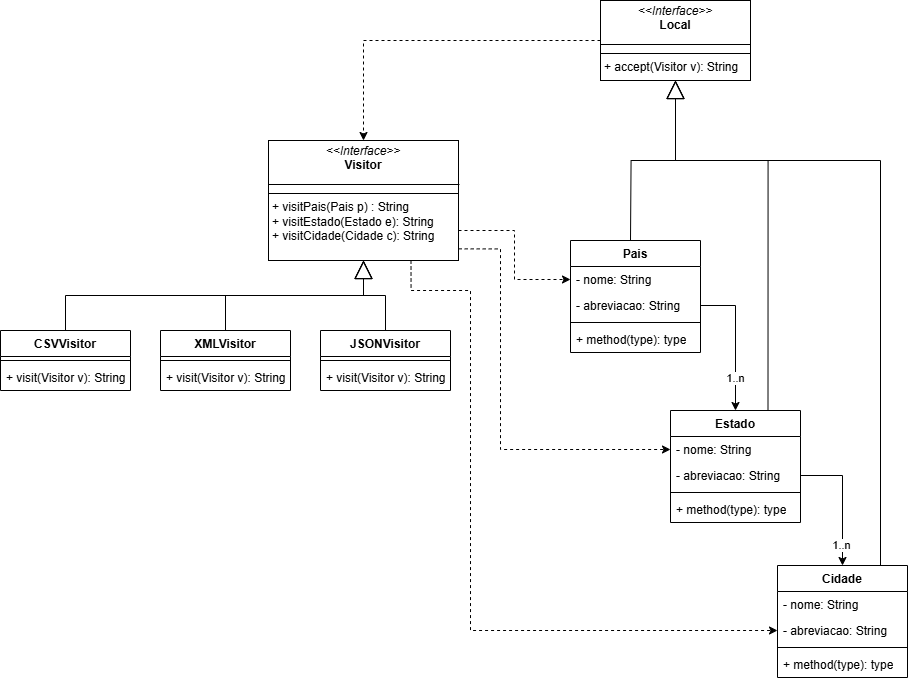
Earlier version of the draw.io export visitor_class_diagram.png (PedroHFSO/Design-Patterns-Practice-Visitor). Source tidied: cells renumbered, new cells last; positions are measured from the earlier drawing's top-left corner, leaving out a move shared by most shapes.
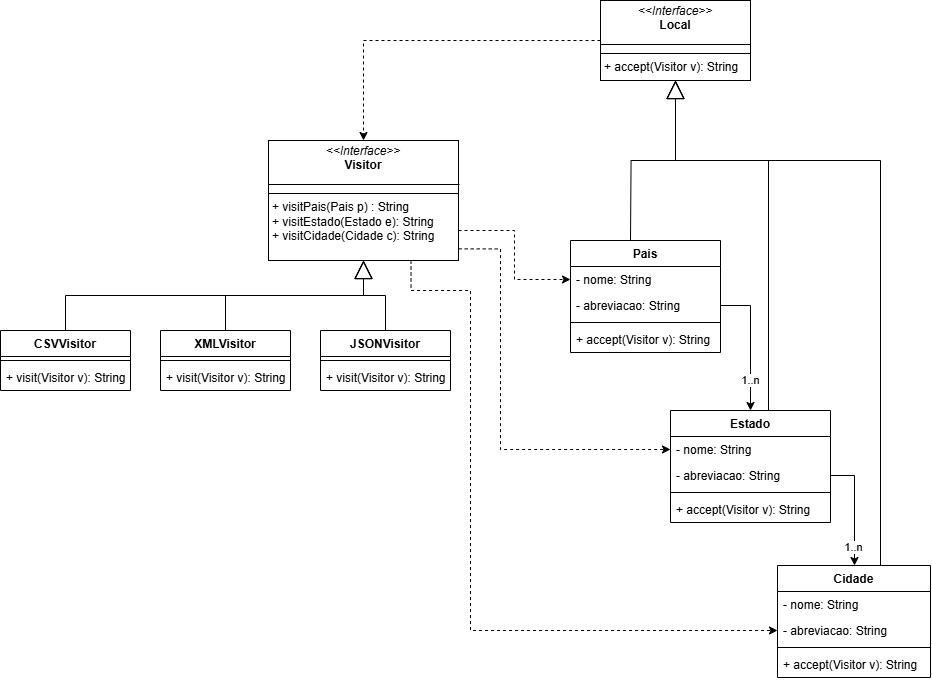
Above is the later version.

Commit message:
fix class diagram

The edit, as a diff of the source:
```diff
@@ -18,19 +18,19 @@
       <mxGeometry x="600" y="40" width="150" height="8" as="geometry" />
     </mxCell>
     <mxCell id="7" value="Pais" style="swimlane;fontStyle=1;align=center;verticalAlign=top;horizontal=1;startSize=26;whiteSpace=wrap;html=1;" parent="1" vertex="1">
-      <mxGeometry x="570" y="240" width="130" height="112" as="geometry" />
+      <mxGeometry x="570" y="240" width="150" height="112" as="geometry" />
     </mxCell>
     <mxCell id="8" value="- nome: String" style="text;strokeColor=none;fillColor=none;align=left;verticalAlign=top;spacingLeft=4;spacingRight=4;overflow=hidden;points=[[0,0.5],[1,0.5]];portConstraint=eastwest;whiteSpace=wrap;html=1;" parent="7" vertex="1">
-      <mxGeometry y="26" width="130" height="26" as="geometry" />
+      <mxGeometry y="26" width="150" height="26" as="geometry" />
     </mxCell>
     <mxCell id="9" value="- abreviacao: String" style="text;strokeColor=none;fillColor=none;align=left;verticalAlign=top;spacingLeft=4;spacingRight=4;overflow=hidden;points=[[0,0.5],[1,0.5]];portConstraint=eastwest;whiteSpace=wrap;html=1;" parent="7" vertex="1">
-      <mxGeometry y="52" width="130" height="26" as="geometry" />
+      <mxGeometry y="52" width="150" height="26" as="geometry" />
     </mxCell>
     <mxCell id="10" style="line;strokeWidth=1;fillColor=none;align=left;verticalAlign=middle;spacingTop=-1;spacingLeft=3;spacingRight=3;labelPosition=right;strokeColor=inherit;" parent="7" vertex="1">
-      <mxGeometry y="78" width="130" height="8" as="geometry" />
+      <mxGeometry y="78" width="150" height="8" as="geometry" />
     </mxCell>
-    <mxCell id="11" value="+ method(type): type" style="text;strokeColor=none;fillColor=none;align=left;verticalAlign=top;spacingLeft=4;spacingRight=4;overflow=hidden;whiteSpace=wrap;html=1;" parent="7" vertex="1">
-      <mxGeometry y="86" width="130" height="26" as="geometry" />
+    <mxCell id="11" value="+ accept(Visitor v): String" style="text;strokeColor=none;fillColor=none;align=left;verticalAlign=top;spacingLeft=4;spacingRight=4;overflow=hidden;whiteSpace=wrap;html=1;" parent="7" vertex="1">
+      <mxGeometry y="86" width="150" height="26" as="geometry" />
     </mxCell>
     <mxCell id="12" style="endArrow=block;endSize=16;endFill=0;html=1;rounded=0;entryX=0.5;entryY=1;entryDx=0;entryDy=0;edgeStyle=orthogonalEdgeStyle;" parent="1" edge="1" target="5">
       <mxGeometry x="0.04" y="-15" relative="1" as="geometry">
@@ -74,34 +74,34 @@
       <mxGeometry x="0.04" y="-15" relative="1" as="geometry" />
     </mxCell>
     <mxCell id="25" value="Estado" style="swimlane;fontStyle=1;align=center;verticalAlign=top;horizontal=1;startSize=26;whiteSpace=wrap;html=1;" parent="1" vertex="1">
-      <mxGeometry x="670" y="410" width="130" height="112" as="geometry" />
+      <mxGeometry x="670" y="410" width="160" height="112" as="geometry" />
     </mxCell>
     <mxCell id="26" value="- nome: String" style="text;strokeColor=none;fillColor=none;align=left;verticalAlign=top;spacingLeft=4;spacingRight=4;overflow=hidden;points=[[0,0.5],[1,0.5]];portConstraint=eastwest;whiteSpace=wrap;html=1;" parent="25" vertex="1">
-      <mxGeometry y="26" width="130" height="26" as="geometry" />
+      <mxGeometry y="26" width="160" height="26" as="geometry" />
     </mxCell>
     <mxCell id="27" value="- abreviacao: String" style="text;strokeColor=none;fillColor=none;align=left;verticalAlign=top;spacingLeft=4;spacingRight=4;overflow=hidden;points=[[0,0.5],[1,0.5]];portConstraint=eastwest;whiteSpace=wrap;html=1;" parent="25" vertex="1">
-      <mxGeometry y="52" width="130" height="26" as="geometry" />
+      <mxGeometry y="52" width="160" height="26" as="geometry" />
     </mxCell>
     <mxCell id="28" style="line;strokeWidth=1;fillColor=none;align=left;verticalAlign=middle;spacingTop=-1;spacingLeft=3;spacingRight=3;labelPosition=right;strokeColor=inherit;" parent="25" vertex="1">
-      <mxGeometry y="78" width="130" height="8" as="geometry" />
+      <mxGeometry y="78" width="160" height="8" as="geometry" />
     </mxCell>
-    <mxCell id="29" value="+ method(type): type" style="text;strokeColor=none;fillColor=none;align=left;verticalAlign=top;spacingLeft=4;spacingRight=4;overflow=hidden;whiteSpace=wrap;html=1;" parent="25" vertex="1">
-      <mxGeometry y="86" width="130" height="26" as="geometry" />
+    <mxCell id="29" value="+ accept(Visitor v): String" style="text;strokeColor=none;fillColor=none;align=left;verticalAlign=top;spacingLeft=4;spacingRight=4;overflow=hidden;whiteSpace=wrap;html=1;" parent="25" vertex="1">
+      <mxGeometry y="86" width="160" height="26" as="geometry" />
     </mxCell>
     <mxCell id="30" value="Cidade" style="swimlane;fontStyle=1;align=center;verticalAlign=top;horizontal=1;startSize=26;whiteSpace=wrap;html=1;" parent="1" vertex="1">
-      <mxGeometry x="777" y="565" width="130" height="112" as="geometry" />
+      <mxGeometry x="777" y="565" width="153" height="112" as="geometry" />
     </mxCell>
     <mxCell id="31" value="- nome: String" style="text;strokeColor=none;fillColor=none;align=left;verticalAlign=top;spacingLeft=4;spacingRight=4;overflow=hidden;whiteSpace=wrap;html=1;" parent="30" vertex="1">
-      <mxGeometry y="26" width="130" height="26" as="geometry" />
+      <mxGeometry y="26" width="153" height="26" as="geometry" />
     </mxCell>
     <mxCell id="32" value="- abreviacao: String" style="text;strokeColor=none;fillColor=none;align=left;verticalAlign=top;spacingLeft=4;spacingRight=4;overflow=hidden;points=[[0,0.5],[1,0.5]];portConstraint=eastwest;whiteSpace=wrap;html=1;" parent="30" vertex="1">
-      <mxGeometry y="52" width="130" height="26" as="geometry" />
+      <mxGeometry y="52" width="153" height="26" as="geometry" />
     </mxCell>
     <mxCell id="33" style="line;strokeWidth=1;fillColor=none;align=left;verticalAlign=middle;spacingTop=-1;spacingLeft=3;spacingRight=3;labelPosition=right;strokeColor=inherit;" parent="30" vertex="1">
-      <mxGeometry y="78" width="130" height="8" as="geometry" />
+      <mxGeometry y="78" width="153" height="8" as="geometry" />
     </mxCell>
-    <mxCell id="34" value="+ method(type): type" style="text;strokeColor=none;fillColor=none;align=left;verticalAlign=top;spacingLeft=4;spacingRight=4;overflow=hidden;whiteSpace=wrap;html=1;" parent="30" vertex="1">
-      <mxGeometry y="86" width="130" height="26" as="geometry" />
+    <mxCell id="34" value="+ accept(Visitor v): String" style="text;strokeColor=none;fillColor=none;align=left;verticalAlign=top;spacingLeft=4;spacingRight=4;overflow=hidden;whiteSpace=wrap;html=1;" parent="30" vertex="1">
+      <mxGeometry y="86" width="153" height="26" as="geometry" />
     </mxCell>
     <mxCell id="35" style="edgeStyle=orthogonalEdgeStyle;rounded=0;jettySize=auto;html=1;exitX=1;exitY=0.5;exitDx=0;exitDy=0;entryX=0.5;entryY=0;entryDx=0;entryDy=0;" parent="1" edge="1" source="9" target="25">
       <mxGeometry relative="1" as="geometry" />
@@ -110,7 +110,12 @@
       <mxGeometry x="0.54" y="-1" relative="1" as="geometry" />
     </mxCell>
     <mxCell id="37" style="edgeStyle=orthogonalEdgeStyle;rounded=0;jettySize=auto;html=1;exitX=1;exitY=0.5;exitDx=0;exitDy=0;entryX=0.5;entryY=0;entryDx=0;entryDy=0;" parent="1" edge="1" source="27" target="30">
-      <mxGeometry relative="1" as="geometry" />
+      <mxGeometry relative="1" as="geometry">
+        <Array as="points">
+          <mxPoint x="854" y="475" />
+          <mxPoint x="854" y="565" />
+        </Array>
+      </mxGeometry>
     </mxCell>
     <mxCell id="38" value="1..n" style="edgeLabel;html=1;align=center;verticalAlign=middle;" parent="37" vertex="1">
       <mxGeometry x="0.68" y="-2" relative="1" as="geometry" />
```
